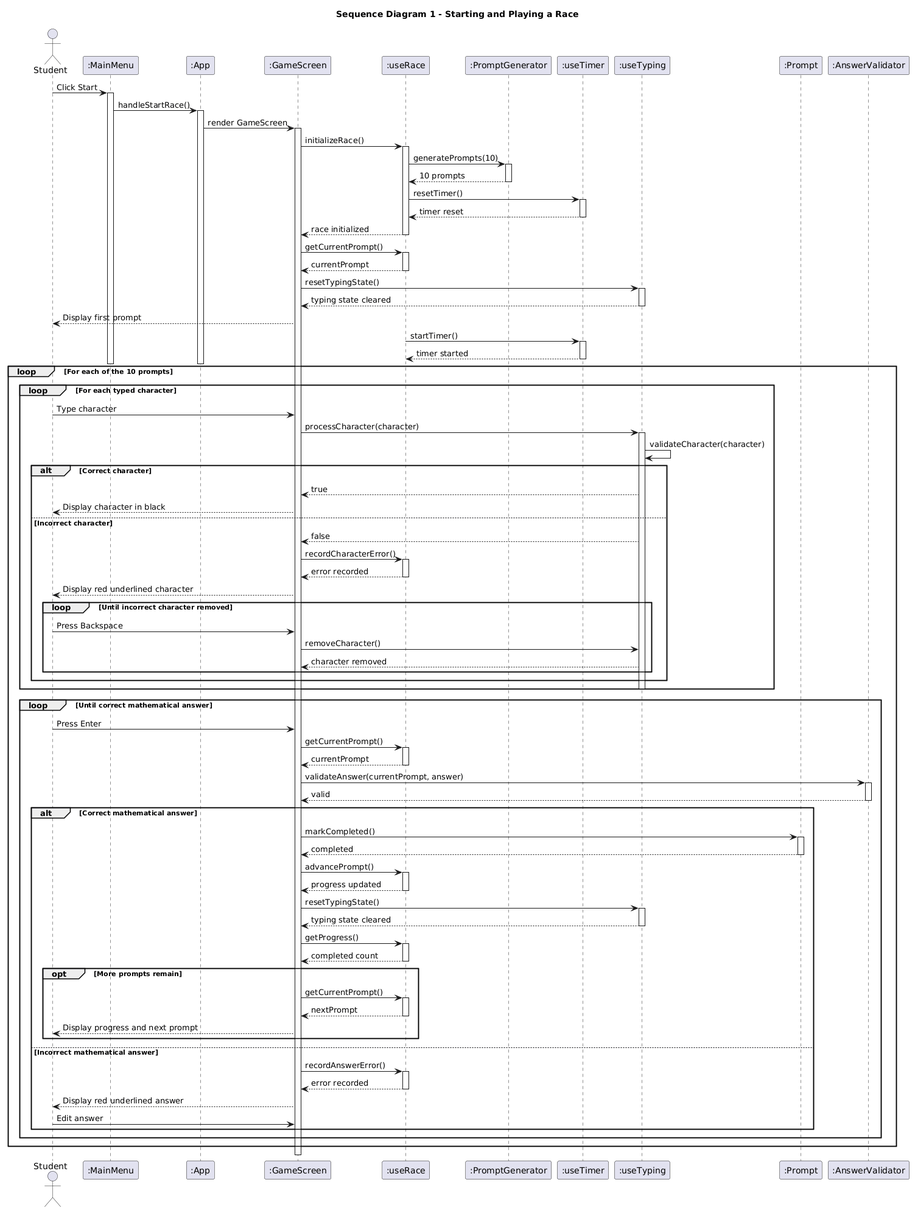
qw3rty-SWE1/qw3rty-swe1.github.io keeps this PlantUML diagram as docs/sequence-diagram-1.png. Above is the earlier version. Its diagram source:
```plantuml
@startuml
title Sequence Diagram 1 - Starting and Playing a Race

actor Student
participant ":MainMenu" as Menu
participant ":App" as App
participant ":GameScreen" as GameScreen
participant ":useRace" as Race
participant ":PromptGenerator" as Generator
participant ":useTimer" as Timer
participant ":useTyping" as Typing
participant ":Prompt" as Prompt
participant ":AnswerValidator" as Validator

Student -> Menu : Click Start
activate Menu

Menu -> App : handleStartRace()
activate App

App -> GameScreen : render GameScreen
activate GameScreen

GameScreen -> Race : initializeRace()
activate Race

Race -> Generator : generatePrompts(10)
activate Generator
Generator --> Race : 10 prompts
deactivate Generator

Race -> Timer : resetTimer()
activate Timer
Timer --> Race : timer reset
deactivate Timer

Race --> GameScreen : race initialized
deactivate Race

GameScreen -> Race : getCurrentPrompt()
activate Race
Race --> GameScreen : currentPrompt
deactivate Race

GameScreen -> Typing : resetTypingState()
activate Typing
Typing --> GameScreen : typing state cleared
deactivate Typing

GameScreen --> Student : Display first prompt

Race -> Timer : startTimer()
activate Timer
Timer --> Race : timer started
deactivate Timer

deactivate App
deactivate Menu

loop For each of the 10 prompts

    loop For each typed character
        Student -> GameScreen : Type character

        GameScreen -> Typing : processCharacter(character)
        activate Typing

        Typing -> Typing : validateCharacter(character)

        alt Correct character
            Typing --> GameScreen : true
            GameScreen --> Student : Display character in black

        else Incorrect character
            Typing --> GameScreen : false
            GameScreen -> Race : recordCharacterError()
            activate Race
            Race --> GameScreen : error recorded
            deactivate Race

            GameScreen --> Student : Display red underlined character

            loop Until incorrect character removed
                Student -> GameScreen : Press Backspace
                GameScreen -> Typing : removeCharacter()
                Typing --> GameScreen : character removed
            end
        end

        deactivate Typing
    end

    loop Until correct mathematical answer
        Student -> GameScreen : Press Enter

        GameScreen -> Race : getCurrentPrompt()
        activate Race
        Race --> GameScreen : currentPrompt
        deactivate Race

        GameScreen -> Validator : validateAnswer(currentPrompt, answer)
        activate Validator
        Validator --> GameScreen : valid
        deactivate Validator

        alt Correct mathematical answer
            GameScreen -> Prompt : markCompleted()
            activate Prompt
            Prompt --> GameScreen : completed
            deactivate Prompt

            GameScreen -> Race : advancePrompt()
            activate Race
            Race --> GameScreen : progress updated
            deactivate Race

            GameScreen -> Typing : resetTypingState()
            activate Typing
            Typing --> GameScreen : typing state cleared
            deactivate Typing

            GameScreen -> Race : getProgress()
            activate Race
            Race --> GameScreen : completed count
            deactivate Race

            opt More prompts remain
                GameScreen -> Race : getCurrentPrompt()
                activate Race
                Race --> GameScreen : nextPrompt
                deactivate Race

                GameScreen --> Student : Display progress and next prompt
            end

        else Incorrect mathematical answer
            GameScreen -> Race : recordAnswerError()
            activate Race
            Race --> GameScreen : error recorded
            deactivate Race

            GameScreen --> Student : Display red underlined answer
            Student -> GameScreen : Edit answer
        end
    end
end

deactivate GameScreen
@enduml
```
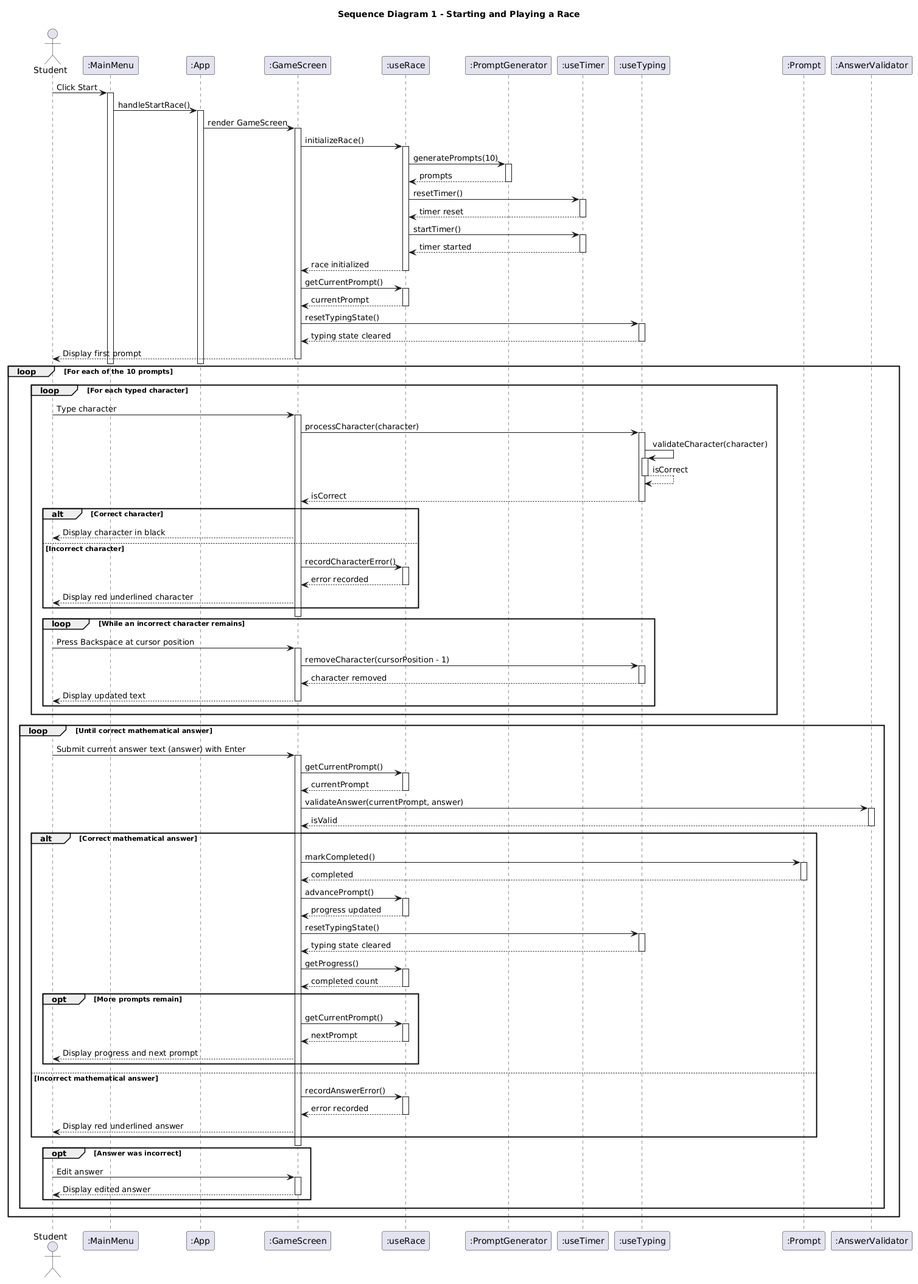
Later version of the same file.

What changed in the source:
```diff
@@ -26,12 +26,17 @@
 
 Race -> Generator : generatePrompts(10)
 activate Generator
-Generator --> Race : 10 prompts
+Generator --> Race : prompts
 deactivate Generator
 
 Race -> Timer : resetTimer()
 activate Timer
 Timer --> Race : timer reset
+deactivate Timer
+
+Race -> Timer : startTimer()
+activate Timer
+Timer --> Race : timer started
 deactivate Timer
 
 Race --> GameScreen : race initialized
@@ -48,12 +53,7 @@
 deactivate Typing
 
 GameScreen --> Student : Display first prompt
-
-Race -> Timer : startTimer()
-activate Timer
-Timer --> Race : timer started
-deactivate Timer
-
+deactivate GameScreen
 deactivate App
 deactivate Menu
 
@@ -61,37 +61,48 @@
 
     loop For each typed character
         Student -> GameScreen : Type character
+        activate GameScreen
 
         GameScreen -> Typing : processCharacter(character)
         activate Typing
 
         Typing -> Typing : validateCharacter(character)
+        activate Typing
+        Typing --> Typing : isCorrect
+        deactivate Typing
+
+        Typing --> GameScreen : isCorrect
+        deactivate Typing
 
         alt Correct character
-            Typing --> GameScreen : true
             GameScreen --> Student : Display character in black
-
         else Incorrect character
-            Typing --> GameScreen : false
             GameScreen -> Race : recordCharacterError()
             activate Race
             Race --> GameScreen : error recorded
             deactivate Race
 
             GameScreen --> Student : Display red underlined character
+        end
+        deactivate GameScreen
 
-            loop Until incorrect character removed
-                Student -> GameScreen : Press Backspace
-                GameScreen -> Typing : removeCharacter()
-                Typing --> GameScreen : character removed
-            end
+        loop While an incorrect character remains
+            Student -> GameScreen : Press Backspace at cursor position
+            activate GameScreen
+
+            GameScreen -> Typing : removeCharacter(cursorPosition - 1)
+            activate Typing
+            Typing --> GameScreen : character removed
+            deactivate Typing
+
+            GameScreen --> Student : Display updated text
+            deactivate GameScreen
         end
-
-        deactivate Typing
     end
 
     loop Until correct mathematical answer
-        Student -> GameScreen : Press Enter
+        Student -> GameScreen : Submit current answer text (answer) with Enter
+        activate GameScreen
 
         GameScreen -> Race : getCurrentPrompt()
         activate Race
@@ -100,7 +111,7 @@
 
         GameScreen -> Validator : validateAnswer(currentPrompt, answer)
         activate Validator
-        Validator --> GameScreen : valid
+        Validator --> GameScreen : isValid
         deactivate Validator
 
         alt Correct mathematical answer
@@ -140,10 +151,15 @@
             deactivate Race
 
             GameScreen --> Student : Display red underlined answer
+        end
+        deactivate GameScreen
+
+        opt Answer was incorrect
             Student -> GameScreen : Edit answer
+            activate GameScreen
+            GameScreen --> Student : Display edited answer
+            deactivate GameScreen
         end
     end
 end
-
-deactivate GameScreen
 @enduml
```
